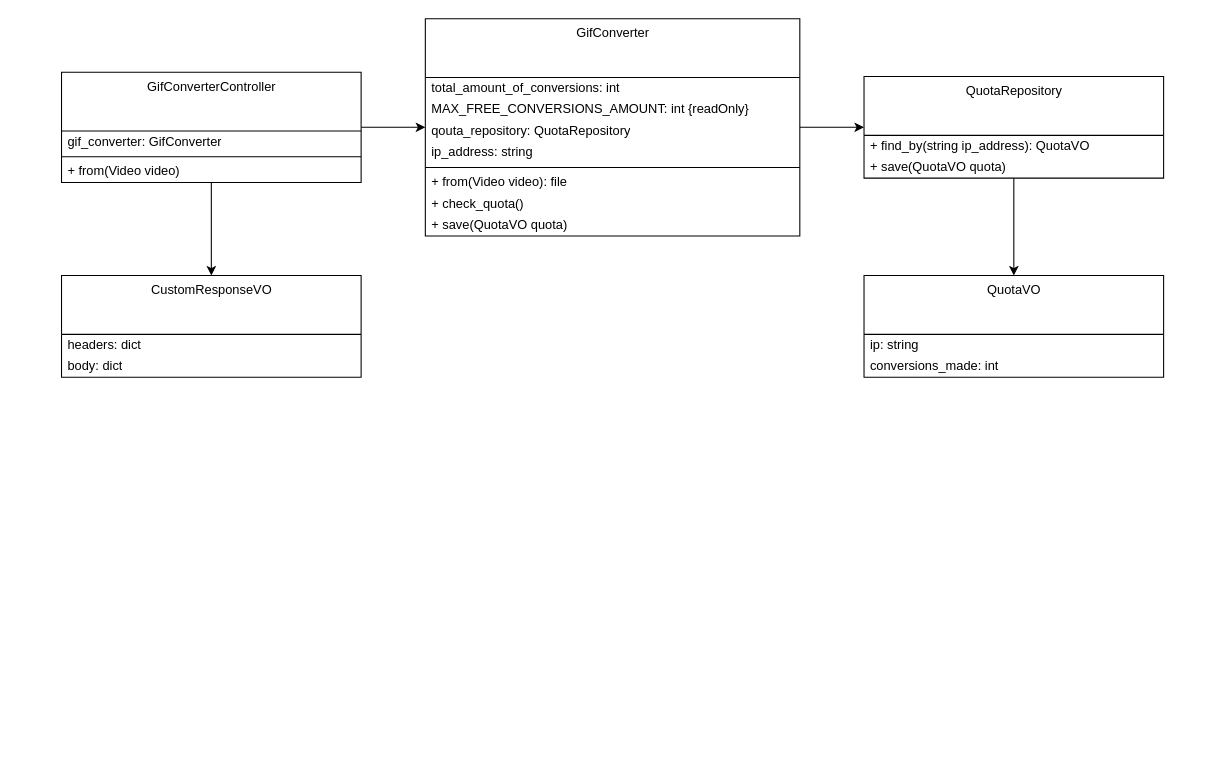
Before: page "SRP-BROKEN" (1 of 3) of images/clean-code-clean-systems/SRPvsSoC.drawio in GabrielSlima/blog, a draw.io diagram. Source tidied: cells renumbered, new cells numbered last; positions are measured from the earlier drawing's top-left corner, leaving out a move shared by most shapes. Both pictures are drawn from the tidied source at 107%, with x=0, y=0 at pixel (61, 18).
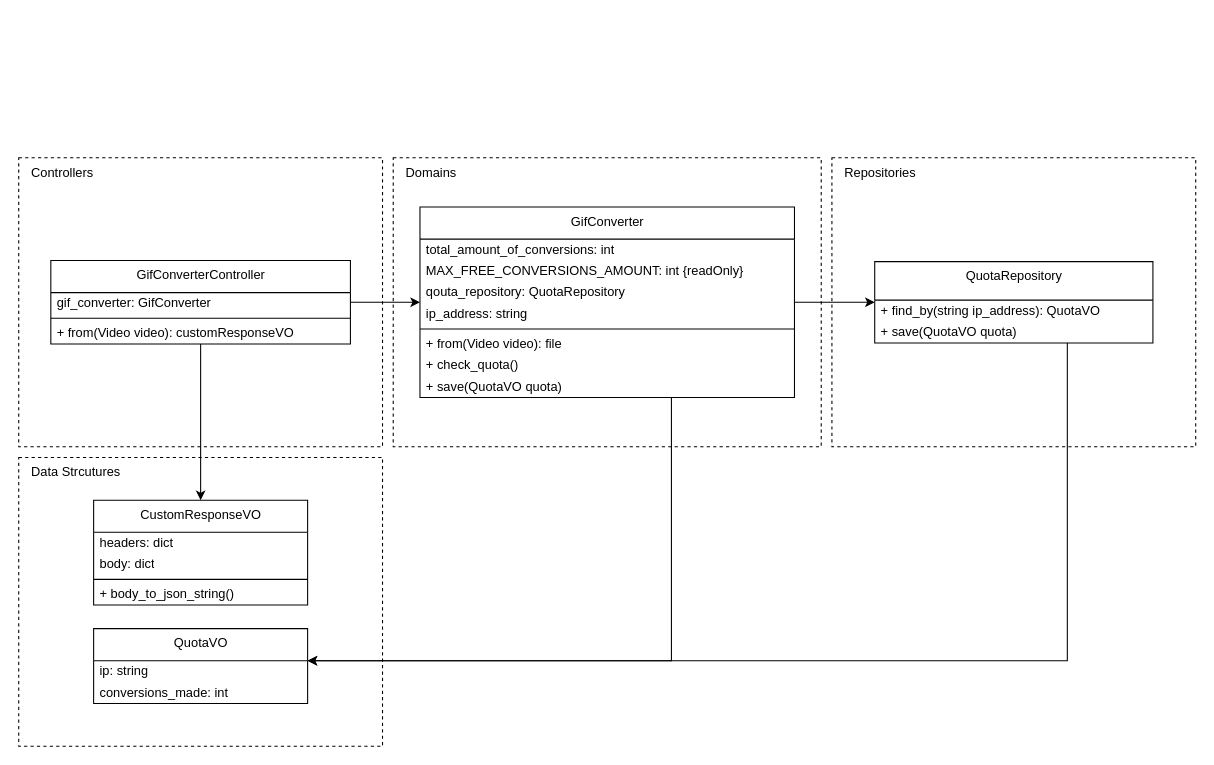
The same diagram, later.

The edit, as a diff of the source:
```diff
@@
+    <mxCell id="28" value="Repositories" style="rounded=0;whiteSpace=wrap;html=1;fillColor=none;gradientColor=none;align=left;verticalAlign=top;spacingLeft=10;dashed=1;" parent="1" vertex="1">
+      <mxGeometry x="720" y="130" width="340" height="270" as="geometry" />
+    </mxCell>
+    <mxCell id="29" value="Controllers" style="rounded=0;whiteSpace=wrap;html=1;fillColor=none;gradientColor=none;align=left;verticalAlign=top;spacingLeft=10;dashed=1;" parent="1" vertex="1">
+      <mxGeometry x="-40" y="130" width="340" height="270" as="geometry" />
+    </mxCell>
+    <mxCell id="30" value="Data Strcutures" style="rounded=0;whiteSpace=wrap;html=1;fillColor=none;gradientColor=none;align=left;verticalAlign=top;spacingLeft=10;dashed=1;" parent="1" vertex="1">
+      <mxGeometry x="-40" y="410" width="340" height="270" as="geometry" />
+    </mxCell>
+    <mxCell id="31" value="Domains" style="rounded=0;whiteSpace=wrap;html=1;fillColor=none;gradientColor=none;align=left;verticalAlign=top;spacingLeft=10;dashed=1;" parent="1" vertex="1">
+      <mxGeometry x="310" y="130" width="400" height="270" as="geometry" />
+    </mxCell>
@@
-    <mxCell id="3" value="GifConverter" style="swimlane;fontStyle=0;align=center;verticalAlign=top;horizontal=1;startSize=55;html=1;" parent="1" vertex="1">
-      <mxGeometry x="340" width="350" height="203" as="geometry" />
-    </mxCell>
-    <mxCell id="4" value="total_amount_of_conversions: int" style="text;html=1;strokeColor=none;fillColor=none;align=left;verticalAlign=middle;spacingLeft=4;spacingRight=4;overflow=hidden;" parent="3" vertex="1">
-      <mxGeometry y="55" width="350" height="20" as="geometry" />
-    </mxCell>
-    <mxCell id="5" value="MAX_FREE_CONVERSIONS_AMOUNT: int {readOnly}" style="text;html=1;strokeColor=none;fillColor=none;align=left;verticalAlign=middle;spacingLeft=4;spacingRight=4;overflow=hidden;" parent="3" vertex="1">
-      <mxGeometry y="75" width="350" height="20" as="geometry" />
-    </mxCell>
-    <mxCell id="6" value="qouta_repository: QuotaRepository" style="text;html=1;strokeColor=none;fillColor=none;align=left;verticalAlign=middle;spacingLeft=4;spacingRight=4;overflow=hidden;" parent="3" vertex="1">
-      <mxGeometry y="95" width="350" height="20" as="geometry" />
-    </mxCell>
-    <mxCell id="7" value="ip_address: string" style="text;html=1;strokeColor=none;fillColor=none;align=left;verticalAlign=middle;spacingLeft=4;spacingRight=4;overflow=hidden;" parent="3" vertex="1">
-      <mxGeometry y="115" width="350" height="20" as="geometry" />
-    </mxCell>
-    <mxCell id="8" style="line;strokeWidth=1;fillColor=none;align=left;verticalAlign=middle;spacingTop=-1;spacingLeft=3;spacingRight=3;labelPosition=right;" parent="3" vertex="1">
-      <mxGeometry y="135" width="350" height="8" as="geometry" />
-    </mxCell>
-    <mxCell id="9" value="+ from(Video video): file" style="text;html=1;strokeColor=none;fillColor=none;align=left;verticalAlign=middle;spacingLeft=4;spacingRight=4;overflow=hidden;" parent="3" vertex="1">
-      <mxGeometry y="143" width="350" height="20" as="geometry" />
-    </mxCell>
-    <mxCell id="10" value="+ check_quota()" style="text;html=1;strokeColor=none;fillColor=none;align=left;verticalAlign=middle;spacingLeft=4;spacingRight=4;overflow=hidden;" parent="3" vertex="1">
-      <mxGeometry y="163" width="350" height="20" as="geometry" />
-    </mxCell>
-    <mxCell id="11" value="+ save(QuotaVO quota)" style="text;html=1;strokeColor=none;fillColor=none;align=left;verticalAlign=middle;spacingLeft=4;spacingRight=4;overflow=hidden;" parent="3" vertex="1">
-      <mxGeometry y="183" width="350" height="20" as="geometry" />
-    </mxCell>
     <mxCell id="12" style="edgeStyle=orthogonalEdgeStyle;rounded=0;jettySize=auto;html=1;" parent="1" edge="1" source="13" target="16">
-      <mxGeometry relative="1" as="geometry" />
+      <mxGeometry relative="1" as="geometry">
+        <Array as="points">
+          <mxPoint x="940" y="600" />
+        </Array>
+      </mxGeometry>
     </mxCell>
-    <mxCell id="13" value="QuotaRepository" style="swimlane;fontStyle=0;align=center;verticalAlign=top;horizontal=1;startSize=55;html=1;" parent="1" vertex="1">
-      <mxGeometry x="750" y="54" width="280" height="95" as="geometry" />
+    <mxCell id="13" value="QuotaRepository" style="swimlane;fontStyle=0;align=center;verticalAlign=top;horizontal=1;startSize=36;html=1;" parent="1" vertex="1">
+      <mxGeometry x="760" y="227" width="260" height="76" as="geometry" />
     </mxCell>
     <mxCell id="14" value="+ find_by(string ip_address): QuotaVO" style="text;html=1;strokeColor=none;fillColor=none;align=left;verticalAlign=middle;spacingLeft=4;spacingRight=4;overflow=hidden;" parent="13" vertex="1">
-      <mxGeometry y="55" width="280" height="20" as="geometry" />
+      <mxGeometry y="36" width="260" height="20" as="geometry" />
     </mxCell>
     <mxCell id="15" value="+ save(QuotaVO quota)" style="text;html=1;strokeColor=none;fillColor=none;align=left;verticalAlign=middle;spacingLeft=4;spacingRight=4;overflow=hidden;" parent="13" vertex="1">
-      <mxGeometry y="75" width="280" height="20" as="geometry" />
+      <mxGeometry y="56" width="260" height="20" as="geometry" />
     </mxCell>
+    <mxCell id="32" style="edgeStyle=orthogonalEdgeStyle;rounded=0;jettySize=auto;html=1;" parent="1" edge="1" source="3" target="16">
+      <mxGeometry relative="1" as="geometry">
+        <Array as="points">
+          <mxPoint x="570" y="600" />
+        </Array>
+      </mxGeometry>
+    </mxCell>
-    <mxCell id="16" value="QuotaVO" style="swimlane;fontStyle=0;align=center;verticalAlign=top;horizontal=1;startSize=55;html=1;" parent="1" vertex="1">
-      <mxGeometry x="750" y="240" width="280" height="95" as="geometry" />
+    <mxCell id="16" value="QuotaVO" style="swimlane;fontStyle=0;align=center;verticalAlign=top;horizontal=1;startSize=30;html=1;" parent="1" vertex="1">
+      <mxGeometry x="30" y="570" width="200" height="70" as="geometry" />
     </mxCell>
     <mxCell id="17" value="&lt;div&gt;ip: string&lt;/div&gt;" style="text;html=1;strokeColor=none;fillColor=none;align=left;verticalAlign=middle;spacingLeft=4;spacingRight=4;overflow=hidden;" parent="16" vertex="1">
-      <mxGeometry y="55" width="280" height="20" as="geometry" />
+      <mxGeometry y="30" width="200" height="20" as="geometry" />
     </mxCell>
     <mxCell id="18" value="&lt;div&gt;conversions_made: int&lt;/div&gt;" style="text;html=1;strokeColor=none;fillColor=none;align=left;verticalAlign=middle;spacingLeft=4;spacingRight=4;overflow=hidden;" parent="16" vertex="1">
-      <mxGeometry y="75" width="280" height="20" as="geometry" />
+      <mxGeometry y="50" width="200" height="20" as="geometry" />
     </mxCell>
@@
-    <mxCell id="21" value="GifConverterController" style="swimlane;fontStyle=0;align=center;verticalAlign=top;horizontal=1;startSize=55;html=1;" parent="1" vertex="1">
-      <mxGeometry y="50" width="280" height="103" as="geometry" />
+    <mxCell id="21" value="GifConverterController" style="swimlane;fontStyle=0;align=center;verticalAlign=top;horizontal=1;startSize=30;html=1;" parent="1" vertex="1">
+      <mxGeometry x="-10" y="226" width="280" height="78" as="geometry" />
     </mxCell>
     <mxCell id="22" value="gif_converter: GifConverter" style="text;html=1;strokeColor=none;fillColor=none;align=left;verticalAlign=middle;spacingLeft=4;spacingRight=4;overflow=hidden;" parent="21" vertex="1">
-      <mxGeometry y="55" width="280" height="20" as="geometry" />
+      <mxGeometry y="30" width="280" height="20" as="geometry" />
     </mxCell>
     <mxCell id="23" style="line;strokeWidth=1;fillColor=none;align=left;verticalAlign=middle;spacingTop=-1;spacingLeft=3;spacingRight=3;labelPosition=right;" parent="21" vertex="1">
-      <mxGeometry y="75" width="280" height="8" as="geometry" />
+      <mxGeometry y="50" width="280" height="8" as="geometry" />
     </mxCell>
-    <mxCell id="24" value="+ from(Video video)" style="text;html=1;strokeColor=none;fillColor=none;align=left;verticalAlign=middle;spacingLeft=4;spacingRight=4;overflow=hidden;" parent="21" vertex="1">
-      <mxGeometry y="83" width="280" height="20" as="geometry" />
+    <mxCell id="24" value="+ from(Video video): customResponseVO" style="text;html=1;strokeColor=none;fillColor=none;align=left;verticalAlign=middle;spacingLeft=4;spacingRight=4;overflow=hidden;" parent="21" vertex="1">
+      <mxGeometry y="58" width="280" height="20" as="geometry" />
     </mxCell>
-    <mxCell id="25" value="CustomResponseVO" style="swimlane;fontStyle=0;align=center;verticalAlign=top;horizontal=1;startSize=55;html=1;" parent="1" vertex="1">
-      <mxGeometry y="240" width="280" height="95" as="geometry" />
+    <mxCell id="25" value="CustomResponseVO" style="swimlane;fontStyle=0;align=center;verticalAlign=top;horizontal=1;startSize=30;html=1;" parent="1" vertex="1">
+      <mxGeometry x="30" y="450" width="200" height="98" as="geometry" />
     </mxCell>
     <mxCell id="26" value="&lt;div&gt;headers: dict&lt;/div&gt;" style="text;html=1;strokeColor=none;fillColor=none;align=left;verticalAlign=middle;spacingLeft=4;spacingRight=4;overflow=hidden;" parent="25" vertex="1">
-      <mxGeometry y="55" width="280" height="20" as="geometry" />
+      <mxGeometry y="30" width="200" height="20" as="geometry" />
     </mxCell>
+    <mxCell id="33" value="body: dict" style="text;html=1;strokeColor=none;fillColor=none;align=left;verticalAlign=middle;spacingLeft=4;spacingRight=4;overflow=hidden;" parent="25" vertex="1">
+      <mxGeometry y="50" width="200" height="20" as="geometry" />
+    </mxCell>
+    <mxCell id="34" style="line;strokeWidth=1;fillColor=none;align=left;verticalAlign=middle;spacingTop=-1;spacingLeft=3;spacingRight=3;labelPosition=right;" parent="25" vertex="1">
+      <mxGeometry y="70" width="200" height="8" as="geometry" />
+    </mxCell>
-    <mxCell id="27" value="body: dict" style="text;html=1;strokeColor=none;fillColor=none;align=left;verticalAlign=middle;spacingLeft=4;spacingRight=4;overflow=hidden;" parent="25" vertex="1">
-      <mxGeometry y="75" width="280" height="20" as="geometry" />
+    <mxCell id="27" value="+ body_to_json_string()" style="text;html=1;strokeColor=none;fillColor=none;align=left;verticalAlign=middle;spacingLeft=4;spacingRight=4;overflow=hidden;" parent="25" vertex="1">
+      <mxGeometry y="78" width="200" height="20" as="geometry" />
     </mxCell>
+    <mxCell id="3" value="GifConverter" style="swimlane;fontStyle=0;align=center;verticalAlign=top;horizontal=1;startSize=30;html=1;" parent="1" vertex="1">
+      <mxGeometry x="335" y="176" width="350" height="178" as="geometry" />
+    </mxCell>
+    <mxCell id="4" value="total_amount_of_conversions: int" style="text;html=1;strokeColor=none;fillColor=none;align=left;verticalAlign=middle;spacingLeft=4;spacingRight=4;overflow=hidden;" parent="3" vertex="1">
+      <mxGeometry y="30" width="350" height="20" as="geometry" />
+    </mxCell>
+    <mxCell id="5" value="MAX_FREE_CONVERSIONS_AMOUNT: int {readOnly}" style="text;html=1;strokeColor=none;fillColor=none;align=left;verticalAlign=middle;spacingLeft=4;spacingRight=4;overflow=hidden;" parent="3" vertex="1">
+      <mxGeometry y="50" width="350" height="20" as="geometry" />
+    </mxCell>
+    <mxCell id="6" value="qouta_repository: QuotaRepository" style="text;html=1;strokeColor=none;fillColor=none;align=left;verticalAlign=middle;spacingLeft=4;spacingRight=4;overflow=hidden;" parent="3" vertex="1">
+      <mxGeometry y="70" width="350" height="20" as="geometry" />
+    </mxCell>
+    <mxCell id="7" value="ip_address: string" style="text;html=1;strokeColor=none;fillColor=none;align=left;verticalAlign=middle;spacingLeft=4;spacingRight=4;overflow=hidden;" parent="3" vertex="1">
+      <mxGeometry y="90" width="350" height="20" as="geometry" />
+    </mxCell>
+    <mxCell id="8" style="line;strokeWidth=1;fillColor=none;align=left;verticalAlign=middle;spacingTop=-1;spacingLeft=3;spacingRight=3;labelPosition=right;" parent="3" vertex="1">
+      <mxGeometry y="110" width="350" height="8" as="geometry" />
+    </mxCell>
+    <mxCell id="9" value="+ from(Video video): file" style="text;html=1;strokeColor=none;fillColor=none;align=left;verticalAlign=middle;spacingLeft=4;spacingRight=4;overflow=hidden;" parent="3" vertex="1">
+      <mxGeometry y="118" width="350" height="20" as="geometry" />
+    </mxCell>
+    <mxCell id="10" value="+ check_quota()" style="text;html=1;strokeColor=none;fillColor=none;align=left;verticalAlign=middle;spacingLeft=4;spacingRight=4;overflow=hidden;" parent="3" vertex="1">
+      <mxGeometry y="138" width="350" height="20" as="geometry" />
+    </mxCell>
+    <mxCell id="11" value="+ save(QuotaVO quota)" style="text;html=1;strokeColor=none;fillColor=none;align=left;verticalAlign=middle;spacingLeft=4;spacingRight=4;overflow=hidden;" parent="3" vertex="1">
+      <mxGeometry y="158" width="350" height="20" as="geometry" />
+    </mxCell>
```
